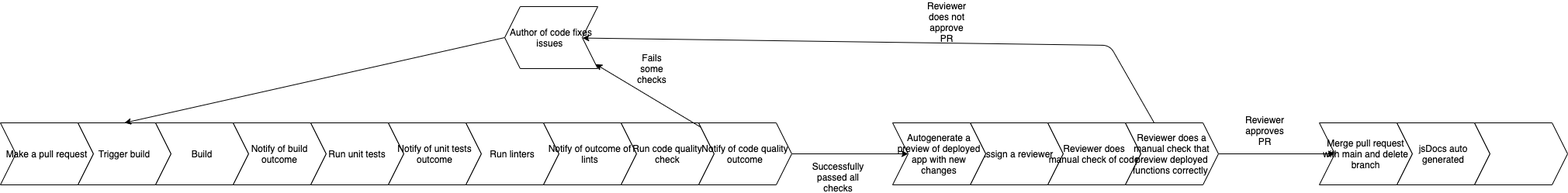
Before: admin/cipipeline/phase1.drawio.png, a diagram exported from draw.io (cse110-fa21-group22/cse110-fa21-group22). Source tidied: cells renumbered, new cells last; positions are measured from the earlier drawing's top-left corner, leaving out a move shared by most shapes.
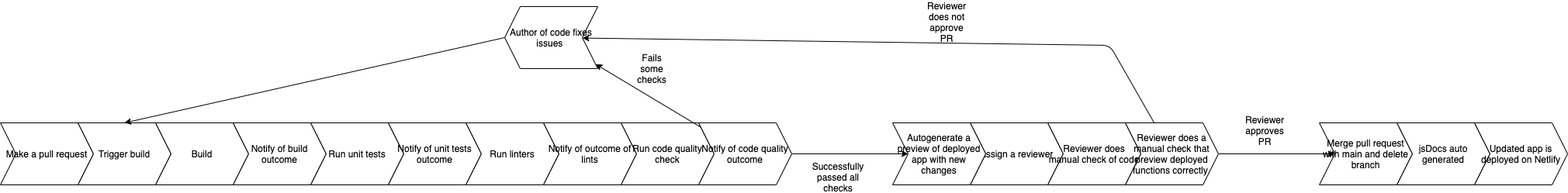
The same file after the commit.

Commit message:
updated pipeline diagram

Diff of the diagram source:
```diff
@@ -84,7 +84,7 @@
     <mxCell id="27" value="Reviewer does not approve PR" style="text;html=1;strokeColor=none;fillColor=none;align=center;verticalAlign=middle;whiteSpace=wrap;rounded=0;" parent="1" vertex="1">
       <mxGeometry x="1200" y="10" width="40" height="20" as="geometry" />
     </mxCell>
-    <mxCell id="28" style="shape=step;perimeter=stepPerimeter;whiteSpace=wrap;html=1;fixedSize=1;" parent="1" vertex="1">
+    <mxCell id="28" value="Updated app is deployed on Netlify" style="shape=step;perimeter=stepPerimeter;whiteSpace=wrap;html=1;fixedSize=1;" parent="1" vertex="1">
       <mxGeometry x="1900" y="150" width="120" height="80" as="geometry" />
     </mxCell>
   </root>
```
